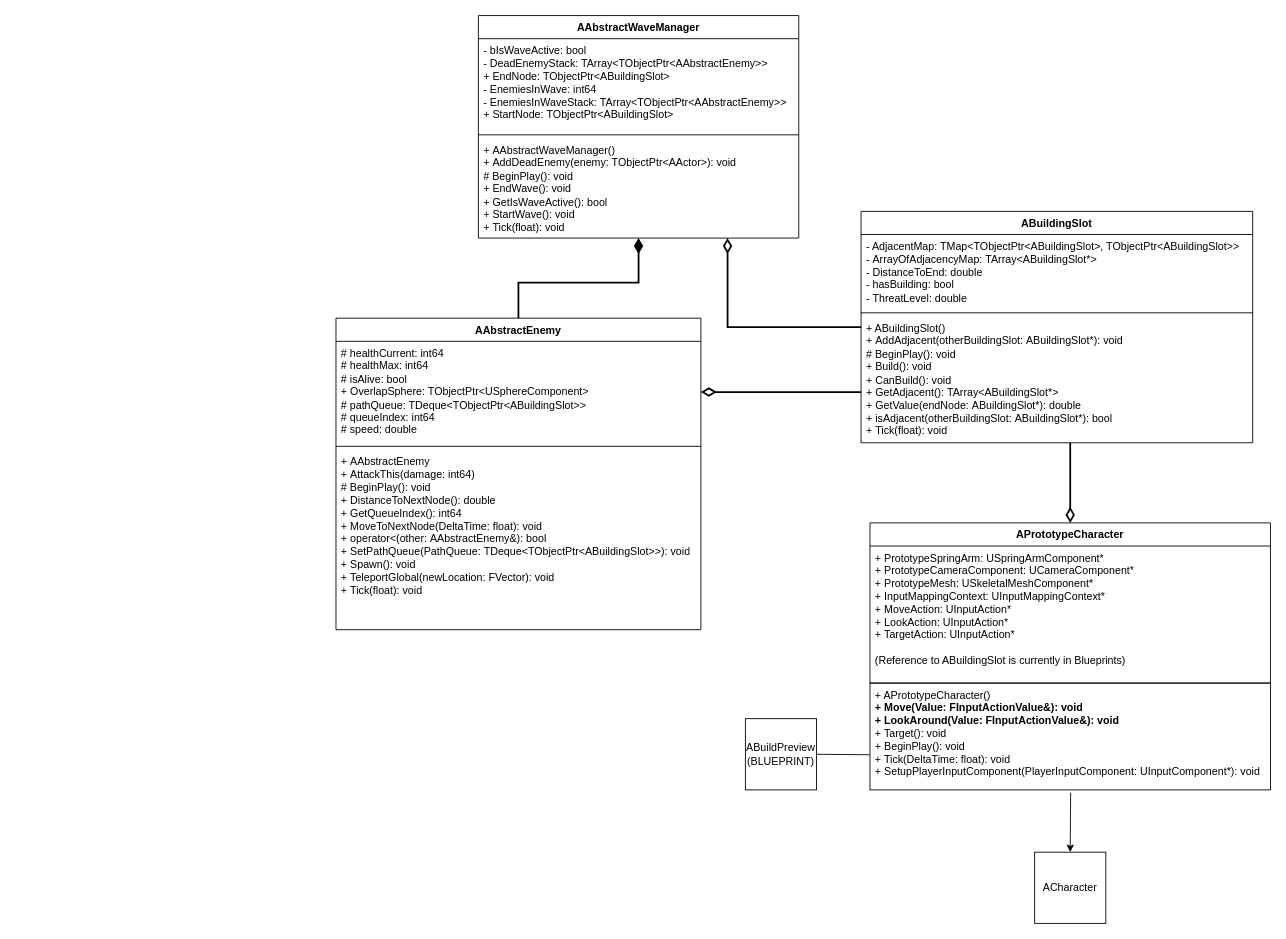
This is UML.drawio from herrkrabbe/Programming3TD, a draw.io file, before an edit. Source tidied: cells renumbered, new cells numbered last; positions are measured from the earlier drawing's top-left corner, leaving out a move shared by most shapes. Both pictures are drawn from the tidied source at 89%, with x=0, y=0 at pixel (336, 15).
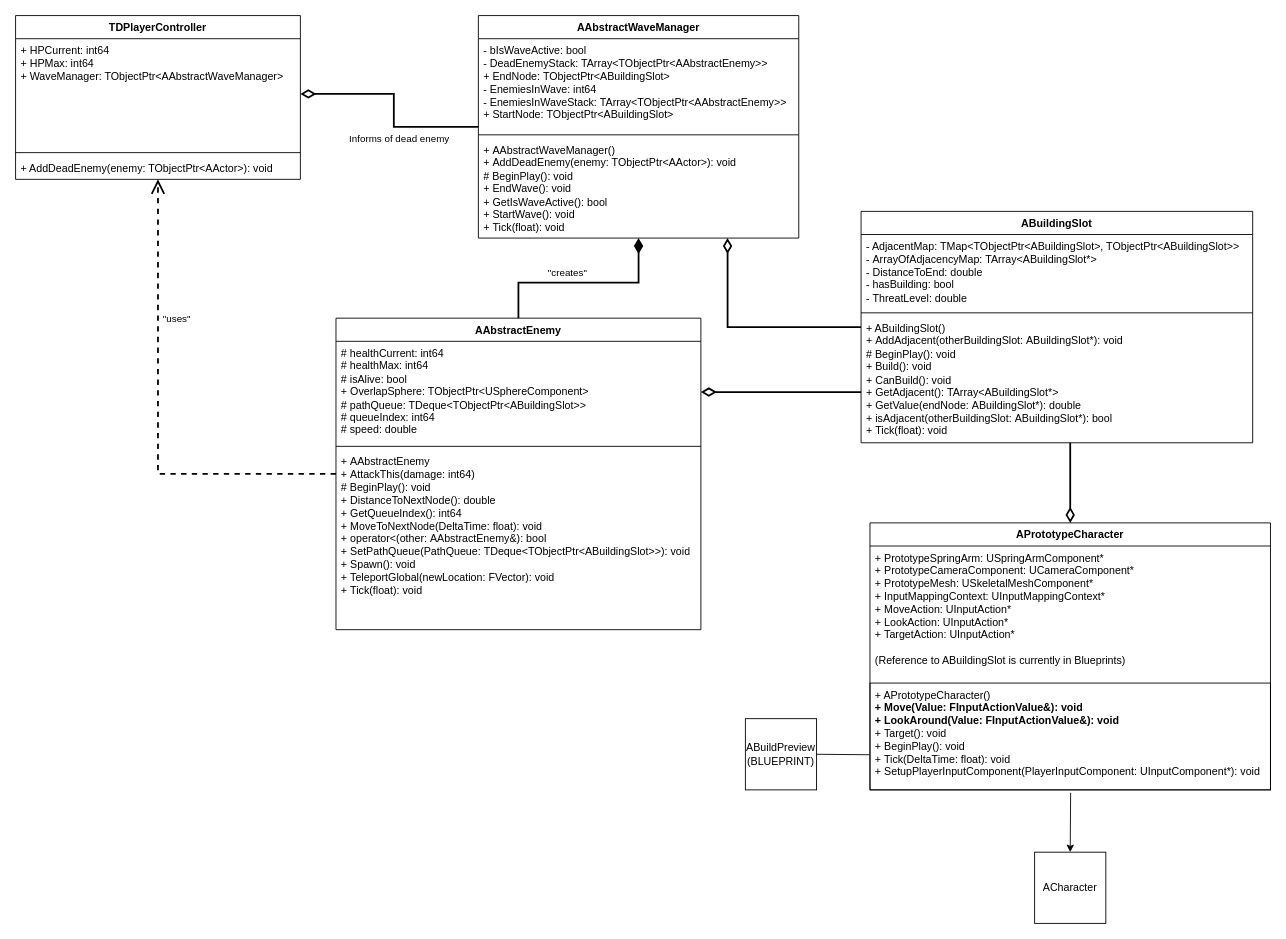
Above is the later version.

Unchanged cells that the change refers to:
```xml
<mxCell id="3" style="edgeStyle=orthogonalEdgeStyle;shape=connector;rounded=0;jettySize=auto;html=1;strokeColor=default;strokeWidth=2;align=center;verticalAlign=middle;fontFamily=Helvetica;fontSize=11;fontColor=default;labelBackgroundColor=default;startArrow=diamondThin;startFill=1;startSize=12;endArrow=none;endFill=0;endSize=12;" parent="1" edge="1" source="4" target="8">
  <mxGeometry relative="1" as="geometry" />
</mxCell>
<mxCell id="4" value="AAbstractWaveManager" style="swimlane;fontStyle=1;align=center;verticalAlign=top;horizontal=1;startSize=26;whiteSpace=wrap;html=1;" parent="1" vertex="1">
  <mxGeometry x="160" width="360" height="250" as="geometry" />
</mxCell>
<mxCell id="8" value="AAbstractEnemy" style="swimlane;fontStyle=1;align=center;verticalAlign=top;horizontal=1;startSize=26;whiteSpace=wrap;html=1;" parent="1" vertex="1">
  <mxGeometry y="340" width="410" height="350" as="geometry" />
</mxCell>
```

Change to the diagram source:
```diff
@@
+    <mxCell id="25" value="&quot;creates&quot;" style="edgeLabel;html=1;align=center;verticalAlign=middle;" parent="3" vertex="1">
+      <mxGeometry x="0.16" y="-2" relative="1" as="geometry">
+        <mxPoint y="-10" as="offset" />
+      </mxGeometry>
+    </mxCell>
@@
+    <mxCell id="26" style="edgeStyle=orthogonalEdgeStyle;rounded=0;jettySize=auto;html=1;dashed=1;endArrow=open;endFill=0;startSize=12;endSize=12;strokeWidth=2;" parent="1" edge="1" source="8" target="28">
+      <mxGeometry relative="1" as="geometry" />
+    </mxCell>
+    <mxCell id="27" value="&quot;uses&quot;" style="edgeLabel;html=1;align=center;verticalAlign=middle;" parent="26" vertex="1">
+      <mxGeometry x="0.39" y="-2" relative="1" as="geometry">
+        <mxPoint x="18" y="-6" as="offset" />
+      </mxGeometry>
+    </mxCell>
@@
     <mxCell id="17" value="APrototypeCharacter" style="swimlane;fontStyle=1;align=center;verticalAlign=top;horizontal=1;startSize=26;whiteSpace=wrap;html=1;" parent="1" vertex="1">
-      <mxGeometry x="600" y="570" width="450" height="180" as="geometry" />
+      <mxGeometry x="600" y="570" width="450" height="300" as="geometry" />
     </mxCell>
@@
+    <mxCell id="22" value="&lt;span style=&quot;background-color: initial;&quot;&gt;&lt;div style=&quot;&quot;&gt;+ APrototypeCharacter()&lt;/div&gt;&lt;div style=&quot;font-weight: bold;&quot;&gt;+ Move(&lt;span style=&quot;background-color: initial;&quot;&gt;Value:&amp;nbsp;&lt;/span&gt;&lt;span style=&quot;background-color: initial;&quot;&gt;FInputActionValue&amp;amp;):&amp;nbsp;&lt;/span&gt;&lt;span style=&quot;background-color: initial;&quot;&gt;void&lt;/span&gt;&lt;span style=&quot;background-color: initial;&quot;&gt;&amp;nbsp;&lt;/span&gt;&lt;/div&gt;&lt;div style=&quot;font-weight: bold;&quot;&gt;&lt;span style=&quot;background-color: initial;&quot;&gt;+ LookAround(&lt;/span&gt;&lt;span style=&quot;background-color: initial;&quot;&gt;Value:&amp;nbsp;&lt;/span&gt;&lt;span style=&quot;background-color: initial;&quot;&gt;FInputActionValue&amp;amp;):&amp;nbsp;&lt;/span&gt;&lt;span style=&quot;background-color: initial;&quot;&gt;void&lt;/span&gt;&lt;/div&gt;&lt;div style=&quot;font-weight: bold;&quot;&gt;&lt;span style=&quot;background-color: initial; font-weight: normal;&quot;&gt;+ Target():&amp;nbsp;&lt;/span&gt;&lt;span style=&quot;background-color: initial; font-weight: normal;&quot;&gt;void&lt;/span&gt;&lt;span style=&quot;background-color: initial; font-weight: normal;&quot;&gt;&amp;nbsp;&lt;/span&gt;&lt;/div&gt;&lt;div style=&quot;font-weight: bold;&quot;&gt;&lt;span style=&quot;background-color: initial; font-weight: normal;&quot;&gt;+ BeginPlay():&amp;nbsp;&lt;/span&gt;&lt;span style=&quot;background-color: initial; font-weight: normal;&quot;&gt;void&lt;/span&gt;&lt;span style=&quot;background-color: initial; font-weight: normal;&quot;&gt;&amp;nbsp;&lt;/span&gt;&lt;/div&gt;&lt;div style=&quot;font-weight: bold;&quot;&gt;&lt;span style=&quot;background-color: initial; font-weight: normal;&quot;&gt;+ Tick(DeltaTime: float):&amp;nbsp;&lt;/span&gt;&lt;span style=&quot;background-color: initial; font-weight: normal;&quot;&gt;void&lt;/span&gt;&lt;span style=&quot;background-color: initial; font-weight: normal;&quot;&gt;&amp;nbsp;&lt;/span&gt;&lt;/div&gt;&lt;div style=&quot;font-weight: bold;&quot;&gt;&lt;span style=&quot;background-color: initial; font-weight: normal;&quot;&gt;+ SetupPlayerInputComponent(PlayerInputComponent:&amp;nbsp;&lt;/span&gt;&lt;span style=&quot;background-color: initial; font-weight: normal;&quot;&gt;UInputComponent*&lt;/span&gt;&lt;span style=&quot;background-color: initial; font-weight: normal;&quot;&gt;):&amp;nbsp;&lt;/span&gt;&lt;span style=&quot;background-color: initial; font-weight: normal;&quot;&gt;void&lt;/span&gt;&lt;span style=&quot;background-color: initial; font-weight: normal;&quot;&gt;&amp;nbsp;&lt;/span&gt;&lt;/div&gt;&lt;/span&gt;" style="text;strokeColor=default;fillColor=none;align=left;verticalAlign=top;spacingLeft=4;spacingRight=4;overflow=hidden;points=[[0,0.5],[1,0.5]];portConstraint=eastwest;whiteSpace=wrap;html=1;perimeterSpacing=0;strokeWidth=1;" parent="17" vertex="1">
+      <mxGeometry y="180" width="450" height="120" as="geometry" />
+    </mxCell>
@@
-    <mxCell id="22" value="&lt;span style=&quot;background-color: initial;&quot;&gt;&lt;div style=&quot;&quot;&gt;+ APrototypeCharacter()&lt;/div&gt;&lt;div style=&quot;font-weight: bold;&quot;&gt;+ Move(&lt;span style=&quot;background-color: initial;&quot;&gt;Value:&amp;nbsp;&lt;/span&gt;&lt;span style=&quot;background-color: initial;&quot;&gt;FInputActionValue&amp;amp;):&amp;nbsp;&lt;/span&gt;&lt;span style=&quot;background-color: initial;&quot;&gt;void&lt;/span&gt;&lt;span style=&quot;background-color: initial;&quot;&gt;&amp;nbsp;&lt;/span&gt;&lt;/div&gt;&lt;div style=&quot;font-weight: bold;&quot;&gt;&lt;span style=&quot;background-color: initial;&quot;&gt;+ LookAround(&lt;/span&gt;&lt;span style=&quot;background-color: initial;&quot;&gt;Value:&amp;nbsp;&lt;/span&gt;&lt;span style=&quot;background-color: initial;&quot;&gt;FInputActionValue&amp;amp;):&amp;nbsp;&lt;/span&gt;&lt;span style=&quot;background-color: initial;&quot;&gt;void&lt;/span&gt;&lt;/div&gt;&lt;div style=&quot;font-weight: bold;&quot;&gt;&lt;span style=&quot;background-color: initial; font-weight: normal;&quot;&gt;+ Target():&amp;nbsp;&lt;/span&gt;&lt;span style=&quot;background-color: initial; font-weight: normal;&quot;&gt;void&lt;/span&gt;&lt;span style=&quot;background-color: initial; font-weight: normal;&quot;&gt;&amp;nbsp;&lt;/span&gt;&lt;/div&gt;&lt;div style=&quot;font-weight: bold;&quot;&gt;&lt;span style=&quot;background-color: initial; font-weight: normal;&quot;&gt;+ BeginPlay():&amp;nbsp;&lt;/span&gt;&lt;span style=&quot;background-color: initial; font-weight: normal;&quot;&gt;void&lt;/span&gt;&lt;span style=&quot;background-color: initial; font-weight: normal;&quot;&gt;&amp;nbsp;&lt;/span&gt;&lt;/div&gt;&lt;div style=&quot;font-weight: bold;&quot;&gt;&lt;span style=&quot;background-color: initial; font-weight: normal;&quot;&gt;+ Tick(DeltaTime: float):&amp;nbsp;&lt;/span&gt;&lt;span style=&quot;background-color: initial; font-weight: normal;&quot;&gt;void&lt;/span&gt;&lt;span style=&quot;background-color: initial; font-weight: normal;&quot;&gt;&amp;nbsp;&lt;/span&gt;&lt;/div&gt;&lt;div style=&quot;font-weight: bold;&quot;&gt;&lt;span style=&quot;background-color: initial; font-weight: normal;&quot;&gt;+ SetupPlayerInputComponent(PlayerInputComponent:&amp;nbsp;&lt;/span&gt;&lt;span style=&quot;background-color: initial; font-weight: normal;&quot;&gt;UInputComponent*&lt;/span&gt;&lt;span style=&quot;background-color: initial; font-weight: normal;&quot;&gt;):&amp;nbsp;&lt;/span&gt;&lt;span style=&quot;background-color: initial; font-weight: normal;&quot;&gt;void&lt;/span&gt;&lt;span style=&quot;background-color: initial; font-weight: normal;&quot;&gt;&amp;nbsp;&lt;/span&gt;&lt;/div&gt;&lt;/span&gt;" style="text;strokeColor=default;fillColor=none;align=left;verticalAlign=top;spacingLeft=4;spacingRight=4;overflow=hidden;points=[[0,0.5],[1,0.5]];portConstraint=eastwest;whiteSpace=wrap;html=1;perimeterSpacing=0;strokeWidth=1;" parent="1" vertex="1">
-      <mxGeometry x="600" y="750" width="450" height="120" as="geometry" />
-    </mxCell>
@@
+    <mxCell id="28" value="TDPlayerController" style="swimlane;fontStyle=1;align=center;verticalAlign=top;horizontal=1;startSize=26;whiteSpace=wrap;html=1;" parent="1" vertex="1">
+      <mxGeometry x="-360" width="320" height="184" as="geometry" />
+    </mxCell>
+    <mxCell id="29" value="+ HPCurrent: int64&lt;div&gt;+ HPMax: int64&lt;/div&gt;&lt;div&gt;+ WaveManager: TObjectPtr&amp;lt;AAbstractWaveManager&amp;gt;&lt;/div&gt;" style="text;strokeColor=none;fillColor=none;align=left;verticalAlign=top;spacingLeft=4;spacingRight=4;overflow=hidden;points=[[0,0.5],[1,0.5]];portConstraint=eastwest;whiteSpace=wrap;html=1;" parent="28" vertex="1">
+      <mxGeometry y="26" width="320" height="124" as="geometry" />
+    </mxCell>
+    <mxCell id="30" style="line;strokeWidth=1;fillColor=none;align=left;verticalAlign=middle;spacingTop=-1;spacingLeft=3;spacingRight=3;labelPosition=right;strokeColor=inherit;" parent="28" vertex="1">
+      <mxGeometry y="150" width="320" height="8" as="geometry" />
+    </mxCell>
+    <mxCell id="31" value="+ AddDeadEnemy(enemy: TObjectPtr&amp;lt;AActor&amp;gt;): void" style="text;strokeColor=none;fillColor=none;align=left;verticalAlign=top;spacingLeft=4;spacingRight=4;overflow=hidden;whiteSpace=wrap;html=1;" parent="28" vertex="1">
+      <mxGeometry y="158" width="320" height="26" as="geometry" />
+    </mxCell>
+    <mxCell id="32" style="edgeStyle=orthogonalEdgeStyle;rounded=0;jettySize=auto;html=1;startArrow=diamondThin;startFill=0;endArrow=none;endFill=0;endSize=12;startSize=12;strokeWidth=2;" parent="1" edge="1" source="29" target="4">
+      <mxGeometry relative="1" as="geometry" />
+    </mxCell>
+    <mxCell id="33" value="Informs of dead enemy" style="edgeLabel;html=1;align=center;verticalAlign=middle;" parent="32" vertex="1">
+      <mxGeometry x="0.26" y="1" relative="1" as="geometry">
+        <mxPoint x="-2" y="14" as="offset" />
+      </mxGeometry>
+    </mxCell>
```
